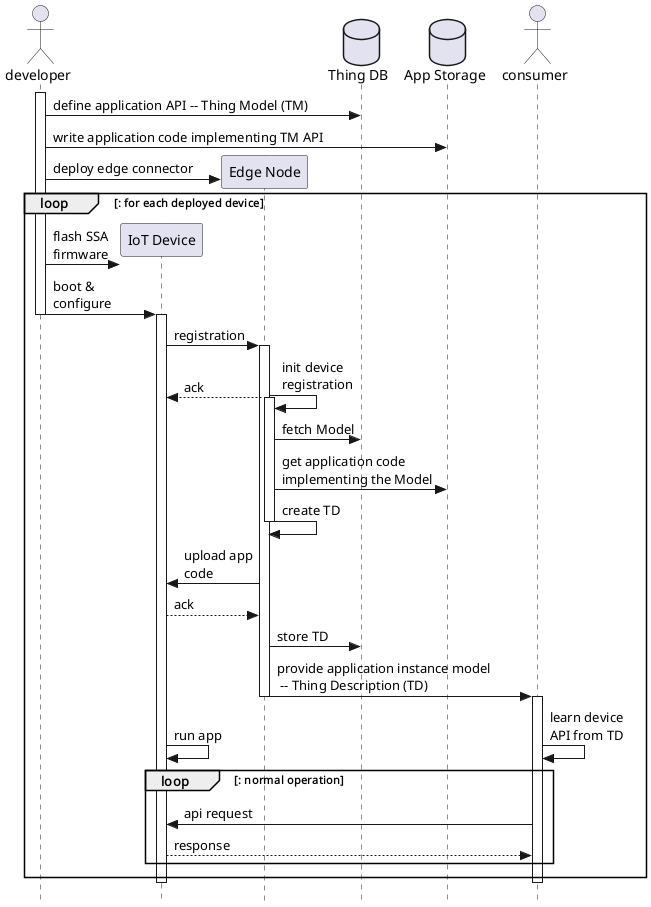
This is uml/top_level_sequence.png from les2feup/CityLink, a PlantUML export, as it was before one commit.
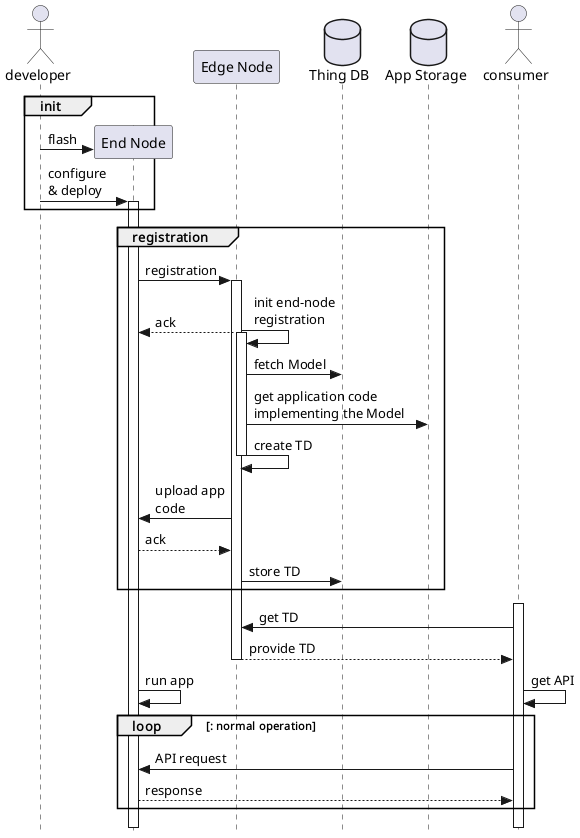
The same diagram one commit later.

What changed in the source:
```diff
@@ -4,60 +4,56 @@
 
 actor developer as dev
 
-participant "IoT Device" as iotdev
+participant "End Node" as iotdev
 participant "Edge Node" as node
 database "Thing DB" as db
 database "App Storage" as store
 
 actor consumer
 
-activate dev
-dev -> db : define application API -- Thing Model (TM)
-dev -> store : write application code implementing TM API
+group init
+create iotdev
+dev -> iotdev : flash
+dev -> iotdev : configure \n& deploy
+activate iotdev
+end
 
-create node
-dev -> node: deploy edge connector
+group registration
 
-loop : for each deployed device
+iotdev -> node : registration
 
-    create iotdev
-    dev -> iotdev : flash SSA\nfirmware
-    dev -> iotdev : boot &\nconfigure
-    deactivate dev
-    activate iotdev
+activate node
+node -> node : init end-node\nregistration
+& node --> iotdev : ack
 
-    iotdev -> node : registration
+activate node
+node -> db : fetch Model
+node -> store : get application code\nimplementing the Model
 
-    activate node
-    node -> node : init device\nregistration
-    & node --> iotdev : ack
+node -> node : create TD
+deactivate node
 
-    activate node
-    node -> db : fetch Model
-    node -> store : get application code\nimplementing the Model
+node -> iotdev : upload app\ncode
+iotdev --> node : ack
 
-    node -> node : create TD
-    deactivate node
+node -> db : store TD
+end
 
-    node -> iotdev : upload app\ncode
-    iotdev --> node : ack
+activate consumer
+consumer -> node: get TD
+node --> consumer: provide TD
+deactivate node
 
-    node -> db : store TD
-    node -> consumer: provide application instance model\n -- Thing Description (TD)
-    deactivate node
-    activate consumer
+iotdev -> iotdev : run app
+& consumer -> consumer : get API
 
-    iotdev -> iotdev : run app
-    & consumer -> consumer : learn device\nAPI from TD
-
-    loop : normal operation
-        consumer -> iotdev : api request
-        iotdev --> consumer : response
-    end loop
-
-    deactivate iotdev
-    deactivate consumer
-
+loop : normal operation
+    consumer -> iotdev : API request
+    iotdev --> consumer : response
 end loop
 
+deactivate iotdev
+deactivate consumer
+
+
 @enduml
```
